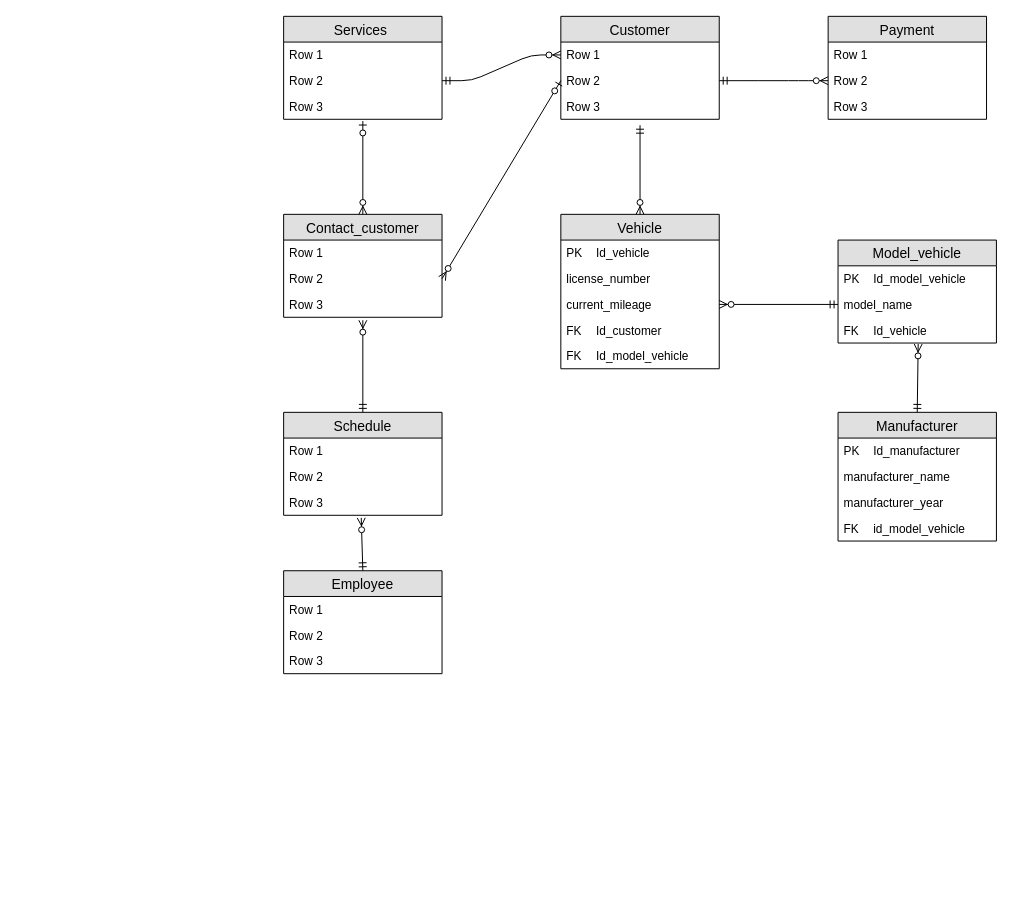
AndreeaPai/Proiectarea-bzelor-de-date keeps this draw.io diagram as Car service center - erd .drawio. Above is the earlier version. Source tidied: cells renumbered, new cells numbered last; positions are measured from the earlier drawing's top-left corner, leaving out a move shared by most shapes. Both pictures are drawn from the tidied source at 99%, with x=0, y=0 at pixel (283, 16).
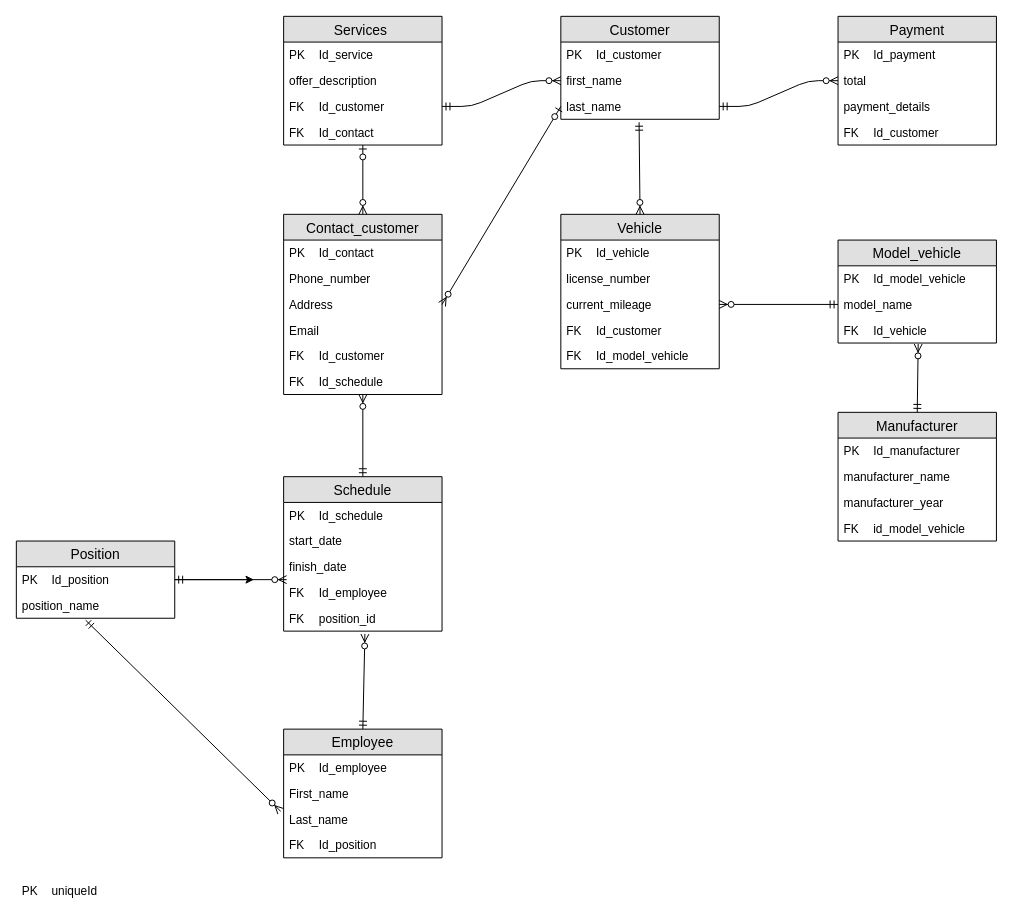
The same page after the edit.

Commit message:
Added Car service center 3 - erd .drawio

Unchanged cells that the change refers to:
```xml
<mxCell id="2" value="Customer" style="swimlane;fontStyle=0;horizontal=1;startSize=26;fillColor=#e0e0e0;swimlaneFillColor=#ffffff;align=center;fontSize=14;" parent="1" vertex="1">
  <mxGeometry x="280" width="160" height="104" as="geometry" />
</mxCell>
<mxCell id="18" value="Vehicle" style="swimlane;fontStyle=0;horizontal=1;startSize=26;fillColor=#e0e0e0;swimlaneFillColor=#ffffff;align=center;fontSize=14;" parent="1" vertex="1">
  <mxGeometry x="280" y="200" width="160" height="156" as="geometry" />
</mxCell>
```

What changed in the source:
```diff
@@
+    <mxCell id="57" value="Id_customer" style="shape=partialRectangle;top=0;left=0;right=0;bottom=0;fillColor=none;align=left;verticalAlign=top;fillColor=none;spacingLeft=34;spacingRight=4;overflow=hidden;fontSize=12;" parent="2" vertex="1">
+      <mxGeometry y="26" width="160" height="26" as="geometry" />
+    </mxCell>
+    <mxCell id="58" value="PK" style="shape=partialRectangle;top=0;left=0;bottom=0;right=0;fillColor=none;align=left;verticalAlign=top;spacingLeft=4;spacingRight=4;overflow=hidden;fontSize=12;" parent="57" vertex="1">
+      <mxGeometry width="30" height="26" as="geometry" />
+    </mxCell>
-    <mxCell id="3" value="Row 1" style="text;strokeColor=none;fillColor=none;spacingLeft=4;spacingRight=4;overflow=hidden;points=[[0,0.5],[1,0.5]];portConstraint=eastwest;fontSize=12;" parent="2" vertex="1">
-      <mxGeometry y="26" width="160" height="26" as="geometry" />
+    <mxCell id="3" value="first_name" style="text;strokeColor=none;fillColor=none;spacingLeft=4;spacingRight=4;overflow=hidden;points=[[0,0.5],[1,0.5]];portConstraint=eastwest;fontSize=12;" parent="2" vertex="1">
+      <mxGeometry y="52" width="160" height="26" as="geometry" />
     </mxCell>
-    <mxCell id="4" value="Row 2" style="text;strokeColor=none;fillColor=none;spacingLeft=4;spacingRight=4;overflow=hidden;points=[[0,0.5],[1,0.5]];portConstraint=eastwest;fontSize=12;" parent="2" vertex="1">
-      <mxGeometry y="52" width="160" height="26" as="geometry" />
+    <mxCell id="4" value="last_name" style="text;strokeColor=none;fillColor=none;spacingLeft=4;spacingRight=4;overflow=hidden;points=[[0,0.5],[1,0.5]];portConstraint=eastwest;fontSize=12;" parent="2" vertex="1">
+      <mxGeometry y="78" width="160" height="26" as="geometry" />
     </mxCell>
-    <mxCell id="5" value="Row 3" style="text;strokeColor=none;fillColor=none;spacingLeft=4;spacingRight=4;overflow=hidden;points=[[0,0.5],[1,0.5]];portConstraint=eastwest;fontSize=12;" parent="2" vertex="1">
-      <mxGeometry y="78" width="160" height="26" as="geometry" />
-    </mxCell>
     <mxCell id="6" value="Contact_customer" style="swimlane;fontStyle=0;horizontal=1;startSize=26;fillColor=#e0e0e0;swimlaneFillColor=#ffffff;align=center;fontSize=14;" parent="1" vertex="1">
-      <mxGeometry y="200" width="160" height="104" as="geometry" />
+      <mxGeometry y="200" width="160" height="182" as="geometry" />
     </mxCell>
+    <mxCell id="59" value="Id_contact" style="shape=partialRectangle;top=0;left=0;right=0;bottom=0;fillColor=none;align=left;verticalAlign=top;fillColor=none;spacingLeft=34;spacingRight=4;overflow=hidden;fontSize=12;" parent="6" vertex="1">
+      <mxGeometry y="26" width="160" height="26" as="geometry" />
+    </mxCell>
+    <mxCell id="60" value="PK" style="shape=partialRectangle;top=0;left=0;bottom=0;right=0;fillColor=none;align=left;verticalAlign=top;spacingLeft=4;spacingRight=4;overflow=hidden;fontSize=12;" parent="59" vertex="1">
+      <mxGeometry width="30" height="26" as="geometry" />
+    </mxCell>
-    <mxCell id="7" value="Row 1" style="text;strokeColor=none;fillColor=none;spacingLeft=4;spacingRight=4;overflow=hidden;fontSize=12;" parent="6" vertex="1">
-      <mxGeometry y="26" width="160" height="26" as="geometry" />
+    <mxCell id="7" value="Phone_number" style="text;strokeColor=none;fillColor=none;spacingLeft=4;spacingRight=4;overflow=hidden;fontSize=12;" parent="6" vertex="1">
+      <mxGeometry y="52" width="160" height="26" as="geometry" />
     </mxCell>
-    <mxCell id="8" value="Row 2" style="text;strokeColor=none;fillColor=none;spacingLeft=4;spacingRight=4;overflow=hidden;points=[[0,0.5],[1,0.5]];portConstraint=eastwest;fontSize=12;" parent="6" vertex="1">
-      <mxGeometry y="52" width="160" height="26" as="geometry" />
+    <mxCell id="8" value="Address" style="text;strokeColor=none;fillColor=none;spacingLeft=4;spacingRight=4;overflow=hidden;points=[[0,0.5],[1,0.5]];portConstraint=eastwest;fontSize=12;" parent="6" vertex="1">
+      <mxGeometry y="78" width="160" height="26" as="geometry" />
     </mxCell>
-    <mxCell id="9" value="Row 3" style="text;strokeColor=none;fillColor=none;spacingLeft=4;spacingRight=4;overflow=hidden;points=[[0,0.5],[1,0.5]];portConstraint=eastwest;fontSize=12;" parent="6" vertex="1">
-      <mxGeometry y="78" width="160" height="26" as="geometry" />
+    <mxCell id="9" value="Email" style="text;strokeColor=none;fillColor=none;spacingLeft=4;spacingRight=4;overflow=hidden;points=[[0,0.5],[1,0.5]];portConstraint=eastwest;fontSize=12;" parent="6" vertex="1">
+      <mxGeometry y="104" width="160" height="26" as="geometry" />
     </mxCell>
+    <mxCell id="61" value="Id_customer" style="shape=partialRectangle;top=0;left=0;right=0;bottom=0;fillColor=none;align=left;verticalAlign=top;fillColor=none;spacingLeft=34;spacingRight=4;overflow=hidden;fontSize=12;" parent="6" vertex="1">
+      <mxGeometry y="130" width="160" height="26" as="geometry" />
+    </mxCell>
+    <mxCell id="62" value="FK" style="shape=partialRectangle;top=0;left=0;bottom=0;right=0;fillColor=none;align=left;verticalAlign=top;spacingLeft=4;spacingRight=4;overflow=hidden;fontSize=12;" parent="61" vertex="1">
+      <mxGeometry width="30" height="26" as="geometry" />
+    </mxCell>
+    <mxCell id="63" value="Id_schedule" style="shape=partialRectangle;top=0;left=0;right=0;bottom=0;fillColor=none;align=left;verticalAlign=top;fillColor=none;spacingLeft=34;spacingRight=4;overflow=hidden;fontSize=12;" parent="6" vertex="1">
+      <mxGeometry y="156" width="160" height="26" as="geometry" />
+    </mxCell>
+    <mxCell id="64" value="FK" style="shape=partialRectangle;top=0;left=0;bottom=0;right=0;fillColor=none;align=left;verticalAlign=top;spacingLeft=4;spacingRight=4;overflow=hidden;fontSize=12;" parent="63" vertex="1">
+      <mxGeometry width="30" height="26" as="geometry" />
+    </mxCell>
     <mxCell id="10" value="Employee" style="swimlane;fontStyle=0;horizontal=1;startSize=26;fillColor=#e0e0e0;swimlaneFillColor=#ffffff;align=center;fontSize=14;" parent="1" vertex="1">
-      <mxGeometry y="560" width="160" height="104" as="geometry" />
+      <mxGeometry y="720" width="160" height="130" as="geometry" />
     </mxCell>
-    <mxCell id="11" value="Row 1" style="text;strokeColor=none;fillColor=none;spacingLeft=4;spacingRight=4;overflow=hidden;fontSize=12;" parent="10" vertex="1">
-      <mxGeometry y="26" width="160" height="26" as="geometry" />
-    </mxCell>
+    <mxCell id="65" value="Id_employee" style="shape=partialRectangle;top=0;left=0;right=0;bottom=0;fillColor=none;align=left;verticalAlign=top;fillColor=none;spacingLeft=34;spacingRight=4;overflow=hidden;fontSize=12;" parent="10" vertex="1">
+      <mxGeometry y="26" width="160" height="26" as="geometry" />
+    </mxCell>
+    <mxCell id="66" value="PK" style="shape=partialRectangle;top=0;left=0;bottom=0;right=0;fillColor=none;align=left;verticalAlign=top;spacingLeft=4;spacingRight=4;overflow=hidden;fontSize=12;" parent="65" vertex="1">
+      <mxGeometry width="30" height="26" as="geometry" />
+    </mxCell>
-    <mxCell id="12" value="Row 2" style="text;strokeColor=none;fillColor=none;spacingLeft=4;spacingRight=4;overflow=hidden;fontSize=12;" parent="10" vertex="1">
+    <mxCell id="12" value="First_name" style="text;strokeColor=none;fillColor=none;spacingLeft=4;spacingRight=4;overflow=hidden;fontSize=12;" parent="10" vertex="1">
       <mxGeometry y="52" width="160" height="26" as="geometry" />
     </mxCell>
-    <mxCell id="13" value="Row 3" style="text;strokeColor=none;fillColor=none;spacingLeft=4;spacingRight=4;overflow=hidden;fontSize=12;" parent="10" vertex="1">
+    <mxCell id="13" value="Last_name" style="text;strokeColor=none;fillColor=none;spacingLeft=4;spacingRight=4;overflow=hidden;fontSize=12;" parent="10" vertex="1">
       <mxGeometry y="78" width="160" height="26" as="geometry" />
     </mxCell>
+    <mxCell id="67" value="Id_position" style="shape=partialRectangle;top=0;left=0;right=0;bottom=0;fillColor=none;align=left;verticalAlign=top;fillColor=none;spacingLeft=34;spacingRight=4;overflow=hidden;fontSize=12;" parent="10" vertex="1">
+      <mxGeometry y="104" width="160" height="26" as="geometry" />
+    </mxCell>
+    <mxCell id="68" value="FK" style="shape=partialRectangle;top=0;left=0;bottom=0;right=0;fillColor=none;align=left;verticalAlign=top;spacingLeft=4;spacingRight=4;overflow=hidden;fontSize=12;" parent="67" vertex="1">
+      <mxGeometry width="30" height="26" as="geometry" />
+    </mxCell>
     <mxCell id="14" value="Services " style="swimlane;fontStyle=0;horizontal=1;startSize=26;fillColor=#e0e0e0;swimlaneFillColor=#ffffff;align=center;fontSize=14;" parent="1" vertex="1">
-      <mxGeometry width="160" height="104" as="geometry" />
+      <mxGeometry width="160" height="130" as="geometry" />
     </mxCell>
+    <mxCell id="69" value="Id_service" style="shape=partialRectangle;top=0;left=0;right=0;bottom=0;fillColor=none;align=left;verticalAlign=top;fillColor=none;spacingLeft=34;spacingRight=4;overflow=hidden;fontSize=12;" parent="14" vertex="1">
+      <mxGeometry y="26" width="160" height="26" as="geometry" />
+    </mxCell>
+    <mxCell id="70" value="PK" style="shape=partialRectangle;top=0;left=0;bottom=0;right=0;fillColor=none;align=left;verticalAlign=top;spacingLeft=4;spacingRight=4;overflow=hidden;fontSize=12;" parent="69" vertex="1">
+      <mxGeometry width="30" height="26" as="geometry" />
+    </mxCell>
-    <mxCell id="15" value="Row 1" style="text;strokeColor=none;fillColor=none;spacingLeft=4;spacingRight=4;overflow=hidden;fontSize=12;" parent="14" vertex="1">
-      <mxGeometry y="26" width="160" height="26" as="geometry" />
+    <mxCell id="15" value="offer_description" style="text;strokeColor=none;fillColor=none;spacingLeft=4;spacingRight=4;overflow=hidden;fontSize=12;" parent="14" vertex="1">
+      <mxGeometry y="52" width="160" height="26" as="geometry" />
     </mxCell>
-    <mxCell id="16" value="Row 2" style="text;strokeColor=none;fillColor=none;spacingLeft=4;spacingRight=4;overflow=hidden;points=[[0,0.5],[1,0.5]];portConstraint=eastwest;fontSize=12;" parent="14" vertex="1">
-      <mxGeometry y="52" width="160" height="26" as="geometry" />
-    </mxCell>
-    <mxCell id="17" value="Row 3" style="text;strokeColor=none;fillColor=none;spacingLeft=4;spacingRight=4;overflow=hidden;points=[[0,0.5],[1,0.5]];portConstraint=eastwest;fontSize=12;" parent="14" vertex="1">
-      <mxGeometry y="78" width="160" height="26" as="geometry" />
-    </mxCell>
+    <mxCell id="71" value="Id_customer" style="shape=partialRectangle;top=0;left=0;right=0;bottom=0;fillColor=none;align=left;verticalAlign=top;fillColor=none;spacingLeft=34;spacingRight=4;overflow=hidden;fontSize=12;" parent="14" vertex="1">
+      <mxGeometry y="78" width="160" height="26" as="geometry" />
+    </mxCell>
+    <mxCell id="72" value="FK" style="shape=partialRectangle;top=0;left=0;bottom=0;right=0;fillColor=none;align=left;verticalAlign=top;spacingLeft=4;spacingRight=4;overflow=hidden;fontSize=12;" parent="71" vertex="1">
+      <mxGeometry width="30" height="26" as="geometry" />
+    </mxCell>
+    <mxCell id="73" value="Id_contact" style="shape=partialRectangle;top=0;left=0;right=0;bottom=0;fillColor=none;align=left;verticalAlign=top;fillColor=none;spacingLeft=34;spacingRight=4;overflow=hidden;points=[[0,0.5],[1,0.5]];portConstraint=eastwest;fontSize=12;" parent="14" vertex="1">
+      <mxGeometry y="104" width="160" height="26" as="geometry" />
+    </mxCell>
+    <mxCell id="74" value="FK" style="shape=partialRectangle;top=0;left=0;bottom=0;right=0;fillColor=none;align=left;verticalAlign=top;spacingLeft=4;spacingRight=4;overflow=hidden;fontSize=12;" parent="73" vertex="1">
+      <mxGeometry width="30" height="26" as="geometry" />
+    </mxCell>
@@
     <mxCell id="40" value="Payment" style="swimlane;fontStyle=0;horizontal=1;startSize=26;fillColor=#e0e0e0;swimlaneFillColor=#ffffff;align=center;fontSize=14;" parent="1" vertex="1">
-      <mxGeometry x="550" width="160" height="104" as="geometry" />
+      <mxGeometry x="560" width="160" height="130" as="geometry" />
     </mxCell>
-    <mxCell id="41" value="Row 1" style="text;strokeColor=none;fillColor=none;spacingLeft=4;spacingRight=4;overflow=hidden;fontSize=12;" parent="40" vertex="1">
-      <mxGeometry y="26" width="160" height="26" as="geometry" />
-    </mxCell>
+    <mxCell id="75" value="Id_payment" style="shape=partialRectangle;top=0;left=0;right=0;bottom=0;fillColor=none;align=left;verticalAlign=top;fillColor=none;spacingLeft=34;spacingRight=4;overflow=hidden;fontSize=12;" parent="40" vertex="1">
+      <mxGeometry y="26" width="160" height="26" as="geometry" />
+    </mxCell>
+    <mxCell id="76" value="PK" style="shape=partialRectangle;top=0;left=0;bottom=0;right=0;fillColor=none;align=left;verticalAlign=top;spacingLeft=4;spacingRight=4;overflow=hidden;fontSize=12;" parent="75" vertex="1">
+      <mxGeometry width="30" height="26" as="geometry" />
+    </mxCell>
-    <mxCell id="42" value="Row 2" style="text;strokeColor=none;fillColor=none;spacingLeft=4;spacingRight=4;overflow=hidden;points=[[0,0.5],[1,0.5]];portConstraint=eastwest;fontSize=12;" parent="40" vertex="1">
+    <mxCell id="42" value="total" style="text;strokeColor=none;fillColor=none;spacingLeft=4;spacingRight=4;overflow=hidden;points=[[0,0.5],[1,0.5]];portConstraint=eastwest;fontSize=12;" parent="40" vertex="1">
       <mxGeometry y="52" width="160" height="26" as="geometry" />
     </mxCell>
-    <mxCell id="43" value="Row 3" style="text;strokeColor=none;fillColor=none;spacingLeft=4;spacingRight=4;overflow=hidden;fontSize=12;" parent="40" vertex="1">
+    <mxCell id="43" value="payment_details" style="text;strokeColor=none;fillColor=none;spacingLeft=4;spacingRight=4;overflow=hidden;fontSize=12;" parent="40" vertex="1">
       <mxGeometry y="78" width="160" height="26" as="geometry" />
     </mxCell>
+    <mxCell id="77" value="Id_customer" style="shape=partialRectangle;top=0;left=0;right=0;bottom=0;fillColor=none;align=left;verticalAlign=top;fillColor=none;spacingLeft=34;spacingRight=4;overflow=hidden;fontSize=12;" parent="40" vertex="1">
+      <mxGeometry y="104" width="160" height="26" as="geometry" />
+    </mxCell>
+    <mxCell id="78" value="FK" style="shape=partialRectangle;top=0;left=0;bottom=0;right=0;fillColor=none;align=left;verticalAlign=top;spacingLeft=4;spacingRight=4;overflow=hidden;fontSize=12;" parent="77" vertex="1">
+      <mxGeometry width="30" height="26" as="geometry" />
+    </mxCell>
     <mxCell id="44" value="Schedule" style="swimlane;fontStyle=0;horizontal=1;startSize=26;fillColor=#e0e0e0;swimlaneFillColor=#ffffff;align=center;fontSize=14;" parent="1" vertex="1">
-      <mxGeometry y="400" width="160" height="104" as="geometry" />
+      <mxGeometry y="465" width="160" height="156" as="geometry" />
     </mxCell>
+    <mxCell id="79" value="Id_schedule" style="shape=partialRectangle;top=0;left=0;right=0;bottom=0;fillColor=none;align=left;verticalAlign=top;fillColor=none;spacingLeft=34;spacingRight=4;overflow=hidden;fontSize=12;" parent="44" vertex="1">
+      <mxGeometry y="26" width="160" height="26" as="geometry" />
+    </mxCell>
+    <mxCell id="80" value="PK" style="shape=partialRectangle;top=0;left=0;bottom=0;right=0;fillColor=none;align=left;verticalAlign=top;spacingLeft=4;spacingRight=4;overflow=hidden;fontSize=12;" parent="79" vertex="1">
+      <mxGeometry width="30" height="26" as="geometry" />
+    </mxCell>
-    <mxCell id="45" value="Row 1" style="text;strokeColor=none;fillColor=none;spacingLeft=4;spacingRight=4;overflow=hidden;fontSize=12;" parent="44" vertex="1">
-      <mxGeometry y="26" width="160" height="26" as="geometry" />
+    <mxCell id="45" value="start_date" style="text;strokeColor=none;fillColor=none;spacingLeft=4;spacingRight=4;overflow=hidden;fontSize=12;" parent="44" vertex="1">
+      <mxGeometry y="52" width="160" height="26" as="geometry" />
     </mxCell>
-    <mxCell id="46" value="Row 2" style="text;strokeColor=none;fillColor=none;spacingLeft=4;spacingRight=4;overflow=hidden;points=[[0,0.5],[1,0.5]];portConstraint=eastwest;fontSize=12;" parent="44" vertex="1">
-      <mxGeometry y="52" width="160" height="26" as="geometry" />
+    <mxCell id="46" value="finish_date" style="text;strokeColor=none;fillColor=none;spacingLeft=4;spacingRight=4;overflow=hidden;points=[[0,0.5],[1,0.5]];portConstraint=eastwest;fontSize=12;" parent="44" vertex="1">
+      <mxGeometry y="78" width="160" height="26" as="geometry" />
     </mxCell>
-    <mxCell id="47" value="Row 3" style="text;strokeColor=none;fillColor=none;spacingLeft=4;spacingRight=4;overflow=hidden;points=[[0,0.5],[1,0.5]];portConstraint=eastwest;fontSize=12;" parent="44" vertex="1">
-      <mxGeometry y="78" width="160" height="26" as="geometry" />
-    </mxCell>
+    <mxCell id="81" value="Id_employee" style="shape=partialRectangle;top=0;left=0;right=0;bottom=0;fillColor=none;align=left;verticalAlign=top;fillColor=none;spacingLeft=34;spacingRight=4;overflow=hidden;fontSize=12;" parent="44" vertex="1">
+      <mxGeometry y="104" width="160" height="26" as="geometry" />
+    </mxCell>
+    <mxCell id="82" value="FK" style="shape=partialRectangle;top=0;left=0;bottom=0;right=0;fillColor=none;align=left;verticalAlign=top;spacingLeft=4;spacingRight=4;overflow=hidden;fontSize=12;" parent="81" vertex="1">
+      <mxGeometry width="30" height="26" as="geometry" />
+    </mxCell>
+    <mxCell id="83" value="position_id" style="shape=partialRectangle;top=0;left=0;right=0;bottom=0;fillColor=none;align=left;verticalAlign=top;fillColor=none;spacingLeft=34;spacingRight=4;overflow=hidden;points=[[0,0.5],[1,0.5]];portConstraint=eastwest;fontSize=12;" parent="44" vertex="1">
+      <mxGeometry y="130" width="160" height="26" as="geometry" />
+    </mxCell>
+    <mxCell id="84" value="FK" style="shape=partialRectangle;top=0;left=0;bottom=0;right=0;fillColor=none;align=left;verticalAlign=top;spacingLeft=4;spacingRight=4;overflow=hidden;fontSize=12;" parent="83" vertex="1">
+      <mxGeometry width="30" height="26" as="geometry" />
+    </mxCell>
-    <mxCell id="48" style="fontSize=12;html=1;endArrow=ERzeroToMany;startArrow=ERmandOne;exitX=0.5;exitY=0;exitDx=0;exitDy=0;entryX=0.5;entryY=1.115;entryDx=0;entryDy=0;entryPerimeter=0;strokeColor=#000000;rounded=1;" parent="1" edge="1" source="44" target="9">
-      <mxGeometry relative="1" as="geometry" />
+    <mxCell id="48" style="fontSize=12;html=1;endArrow=ERzeroToMany;startArrow=ERmandOne;exitX=0.5;exitY=0;exitDx=0;exitDy=0;strokeColor=#000000;rounded=1;" parent="1" edge="1" source="44">
+      <mxGeometry relative="1" as="geometry">
+        <mxPoint x="80" y="382" as="targetPoint" />
+      </mxGeometry>
     </mxCell>
-    <mxCell id="49" style="fontSize=12;html=1;endArrow=ERzeroToMany;startArrow=ERmandOne;strokeColor=#000000;exitX=0.5;exitY=0;exitDx=0;exitDy=0;entryX=0.49;entryY=1.1;entryDx=0;entryDy=0;entryPerimeter=0;" parent="1" edge="1" source="10" target="47">
+    <mxCell id="49" style="fontSize=12;html=1;endArrow=ERzeroToMany;startArrow=ERmandOne;strokeColor=#000000;exitX=0.5;exitY=0;exitDx=0;exitDy=0;entryX=0.513;entryY=1.115;entryDx=0;entryDy=0;entryPerimeter=0;" parent="1" edge="1" source="10" target="83">
       <mxGeometry relative="1" as="geometry" />
     </mxCell>
@@
-    <mxCell id="51" style="fontSize=12;html=1;endArrow=ERzeroToMany;startArrow=ERzeroToOne;strokeColor=#000000;exitX=0.5;exitY=1.069;exitDx=0;exitDy=0;exitPerimeter=0;entryX=0.5;entryY=0;entryDx=0;entryDy=0;" parent="1" edge="1" source="17" target="6">
+    <mxCell id="51" style="fontSize=12;html=1;endArrow=ERzeroToMany;startArrow=ERzeroToOne;strokeColor=#000000;exitX=0.5;exitY=1;exitDx=0;exitDy=0;exitPerimeter=0;entryX=0.5;entryY=0;entryDx=0;entryDy=0;" parent="1" edge="1" source="73" target="6">
       <mxGeometry relative="1" as="geometry" />
     </mxCell>
@@
-    <mxCell id="53" style="edgeStyle=entityRelationEdgeStyle;fontSize=12;html=1;endArrow=ERzeroToMany;startArrow=ERmandOne;entryX=0;entryY=0.5;entryDx=0;entryDy=0;exitX=1;exitY=0.5;exitDx=0;exitDy=0;" parent="1" edge="1" source="16" target="3">
-      <mxGeometry relative="1" as="geometry" />
+    <mxCell id="53" style="edgeStyle=entityRelationEdgeStyle;fontSize=12;html=1;endArrow=ERzeroToMany;startArrow=ERmandOne;entryX=0;entryY=0.5;entryDx=0;entryDy=0;exitX=1;exitY=0.5;exitDx=0;exitDy=0;" parent="1" edge="1" target="3">
+      <mxGeometry relative="1" as="geometry">
+        <mxPoint x="160" y="91" as="sourcePoint" />
+      </mxGeometry>
     </mxCell>
@@
-    <mxCell id="55" style="fontSize=12;html=1;endArrow=ERzeroToMany;startArrow=ERmandOne;entryX=0.5;entryY=0;entryDx=0;entryDy=0;exitX=0.5;exitY=1.231;exitDx=0;exitDy=0;exitPerimeter=0;" parent="1" edge="1" source="5" target="18">
+    <mxCell id="55" style="fontSize=12;html=1;endArrow=ERzeroToMany;startArrow=ERmandOne;entryX=0.5;entryY=0;entryDx=0;entryDy=0;exitX=0.494;exitY=1.115;exitDx=0;exitDy=0;exitPerimeter=0;" parent="1" edge="1" source="4" target="18">
       <mxGeometry relative="1" as="geometry" />
     </mxCell>
@@
+    <mxCell id="85" style="edgeStyle=none;rounded=0;jettySize=auto;html=1;" parent="1" edge="1" source="86">
+      <mxGeometry relative="1" as="geometry">
+        <mxPoint x="-30" y="569" as="targetPoint" />
+      </mxGeometry>
+    </mxCell>
+    <mxCell id="86" value="Position" style="swimlane;fontStyle=0;horizontal=1;startSize=26;fillColor=#e0e0e0;swimlaneFillColor=#ffffff;align=center;fontSize=14;" parent="1" vertex="1">
+      <mxGeometry x="-270" y="530" width="160" height="78" as="geometry" />
+    </mxCell>
+    <mxCell id="87" value="Id_position" style="shape=partialRectangle;top=0;left=0;right=0;bottom=0;fillColor=none;align=left;verticalAlign=top;fillColor=none;spacingLeft=34;spacingRight=4;overflow=hidden;points=[[0,0.5],[1,0.5]];portConstraint=eastwest;fontSize=12;" parent="86" vertex="1">
+      <mxGeometry y="26" width="160" height="26" as="geometry" />
+    </mxCell>
+    <mxCell id="88" value="PK" style="shape=partialRectangle;top=0;left=0;bottom=0;right=0;fillColor=none;align=left;verticalAlign=top;spacingLeft=4;spacingRight=4;overflow=hidden;fontSize=12;" parent="87" vertex="1">
+      <mxGeometry width="30" height="26" as="geometry" />
+    </mxCell>
+    <mxCell id="89" value="position_name" style="text;strokeColor=none;fillColor=none;spacingLeft=4;spacingRight=4;overflow=hidden;points=[[0,0.5],[1,0.5]];portConstraint=eastwest;fontSize=12;" parent="86" vertex="1">
+      <mxGeometry y="52" width="160" height="26" as="geometry" />
+    </mxCell>
+    <mxCell id="90" style="fontSize=12;html=1;endArrow=ERzeroToMany;startArrow=ERmandOne;exitX=1;exitY=0.5;exitDx=0;exitDy=0;strokeColor=#000000;rounded=1;entryX=0.019;entryY=1;entryDx=0;entryDy=0;entryPerimeter=0;" parent="1" edge="1" source="87" target="46">
+      <mxGeometry relative="1" as="geometry" />
+    </mxCell>
+    <mxCell id="91" style="fontSize=12;html=1;endArrow=ERzeroToMany;startArrow=ERmandOne;exitX=0.438;exitY=1.077;exitDx=0;exitDy=0;strokeColor=#000000;rounded=1;exitPerimeter=0;" parent="1" edge="1" source="89">
+      <mxGeometry relative="1" as="geometry">
+        <mxPoint x="-3" y="803" as="targetPoint" />
+      </mxGeometry>
+    </mxCell>
+    <mxCell id="92" value="uniqueId" style="shape=partialRectangle;top=0;left=0;right=0;bottom=0;fillColor=none;align=left;verticalAlign=top;fillColor=none;spacingLeft=34;spacingRight=4;overflow=hidden;fontSize=12;" parent="1" vertex="1">
+      <mxGeometry x="-270" y="870" width="90" height="26" as="geometry" />
+    </mxCell>
+    <mxCell id="93" value="PK" style="shape=partialRectangle;top=0;left=0;bottom=0;right=0;fillColor=none;align=left;verticalAlign=top;spacingLeft=4;spacingRight=4;overflow=hidden;fontSize=12;" parent="92" vertex="1">
+      <mxGeometry width="30" height="26" as="geometry" />
+    </mxCell>
```
